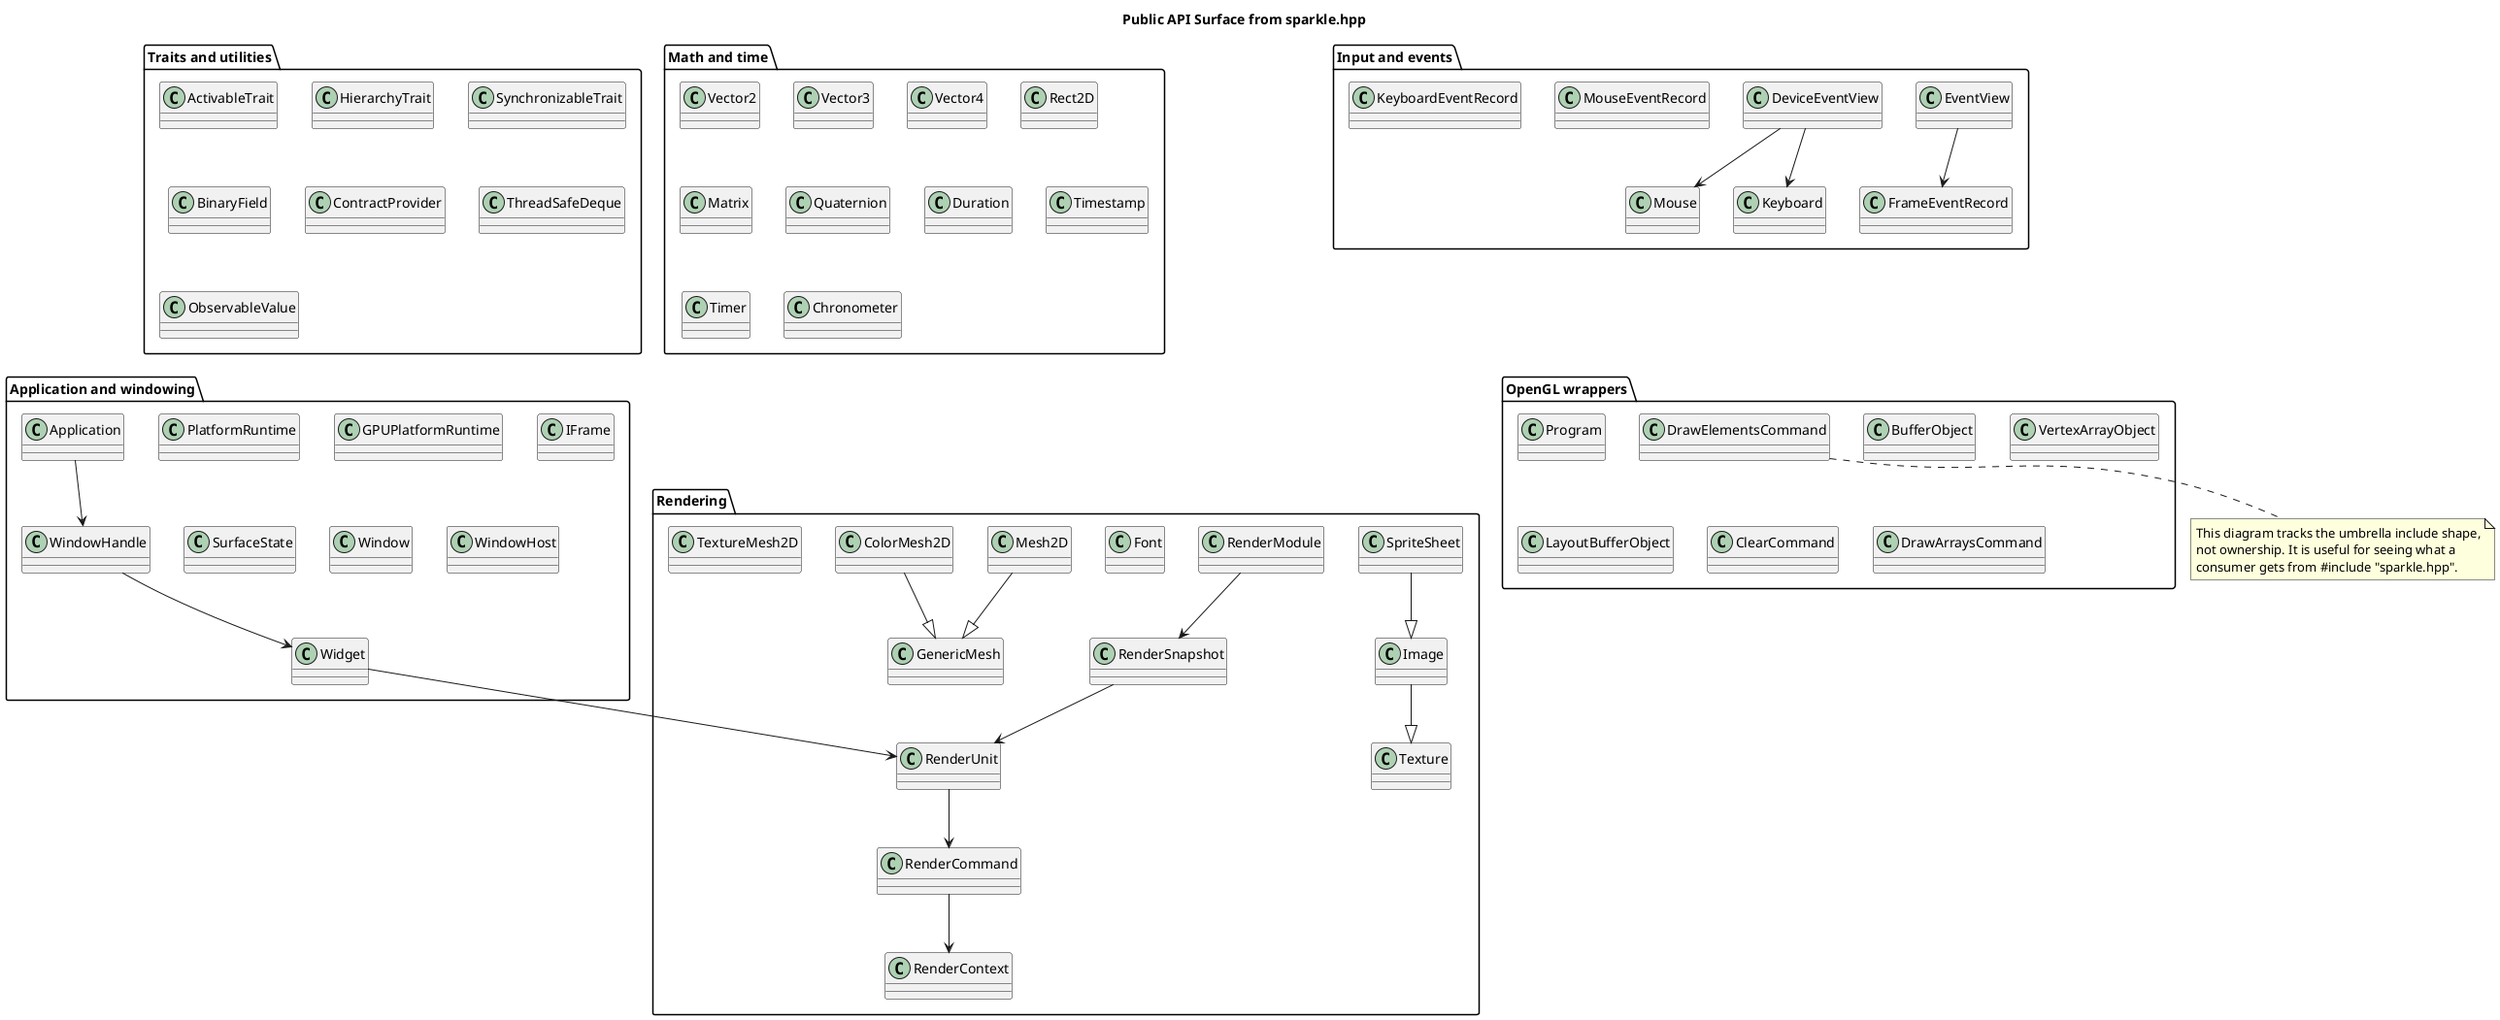
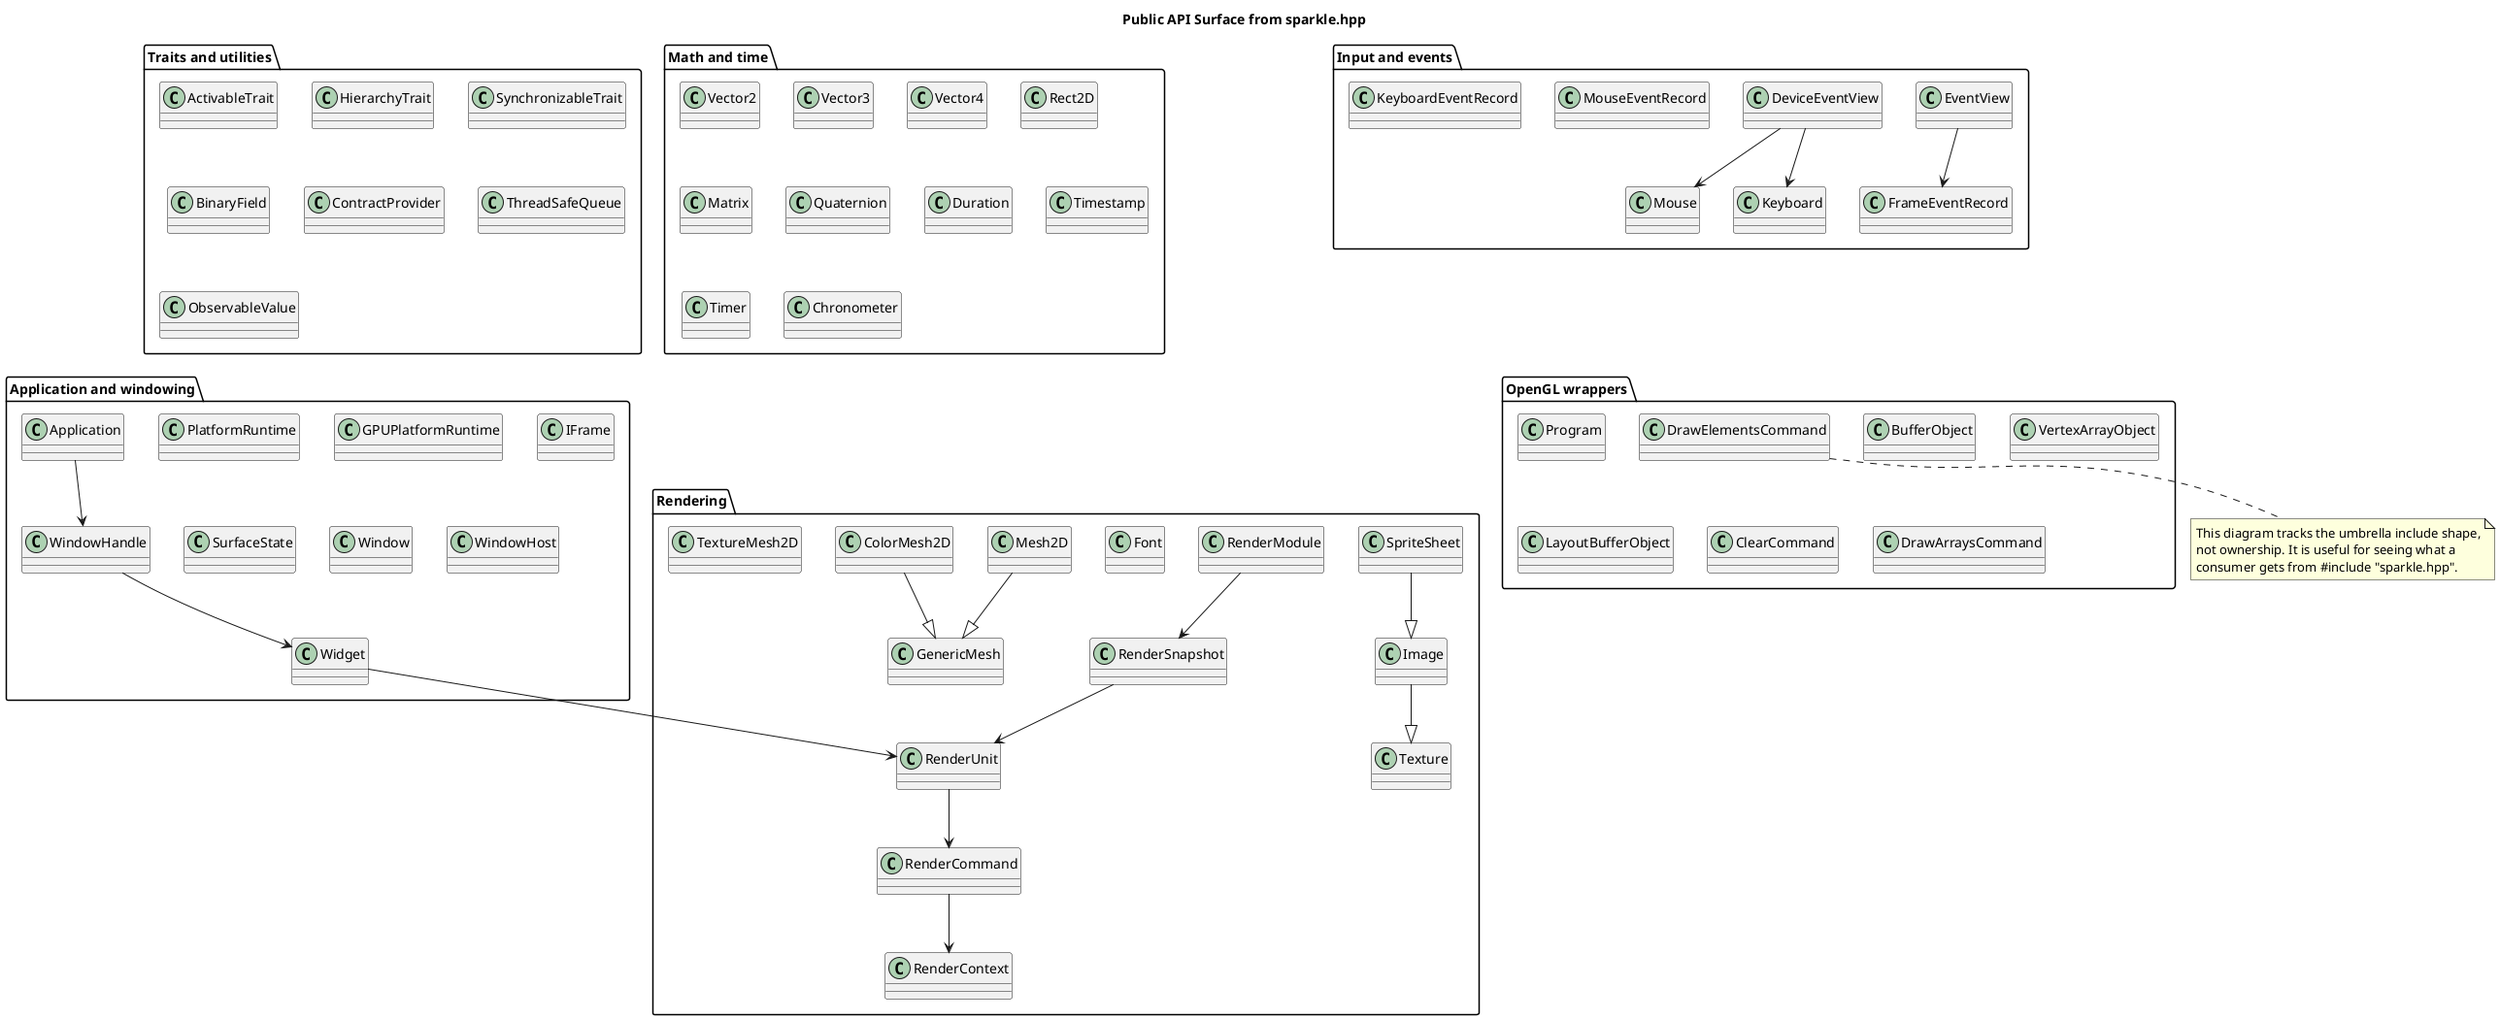
@startuml
title Public API Surface from sparkle.hpp

skinparam classAttributeIconSize 0

package "Traits and utilities" {
	class ActivableTrait
	class HierarchyTrait
	class SynchronizableTrait
	class BinaryField
	class ContractProvider
- 	class ThreadSafeDeque
+ 	class ThreadSafeQueue
	class ObservableValue
}

package "Math and time" {
	class Vector2
	class Vector3
	class Vector4
	class Rect2D
	class Matrix
	class Quaternion
	class Duration
	class Timestamp
	class Timer
	class Chronometer
}

package "Input and events" {
	class Mouse
	class Keyboard
	class EventView
	class DeviceEventView
	class FrameEventRecord
	class MouseEventRecord
	class KeyboardEventRecord
}

package "Application and windowing" {
	class Application
	class PlatformRuntime
	class GPUPlatformRuntime
	class IFrame
	class SurfaceState
	class Window
	class WindowHandle
	class WindowHost
	class Widget
}

package "Rendering" {
	class RenderContext
	class RenderCommand
	class RenderUnit
	class RenderSnapshot
	class RenderModule
	class Texture
	class Image
	class SpriteSheet
	class Font
	class GenericMesh
	class Mesh2D
	class ColorMesh2D
	class TextureMesh2D
}

package "OpenGL wrappers" {
	class Program
	class BufferObject
	class VertexArrayObject
	class LayoutBufferObject
	class ClearCommand
	class DrawArraysCommand
	class DrawElementsCommand
}

Application --> WindowHandle
WindowHandle --> Widget
Widget --> RenderUnit
RenderModule --> RenderSnapshot
RenderSnapshot --> RenderUnit
RenderUnit --> RenderCommand
RenderCommand --> RenderContext
Image --|> Texture
SpriteSheet --|> Image
Mesh2D --|> GenericMesh
ColorMesh2D --|> GenericMesh
EventView --> FrameEventRecord
DeviceEventView --> Mouse
DeviceEventView --> Keyboard

note bottom
This diagram tracks the umbrella include shape,
not ownership. It is useful for seeing what a
consumer gets from #include "sparkle.hpp".
end note

@enduml
